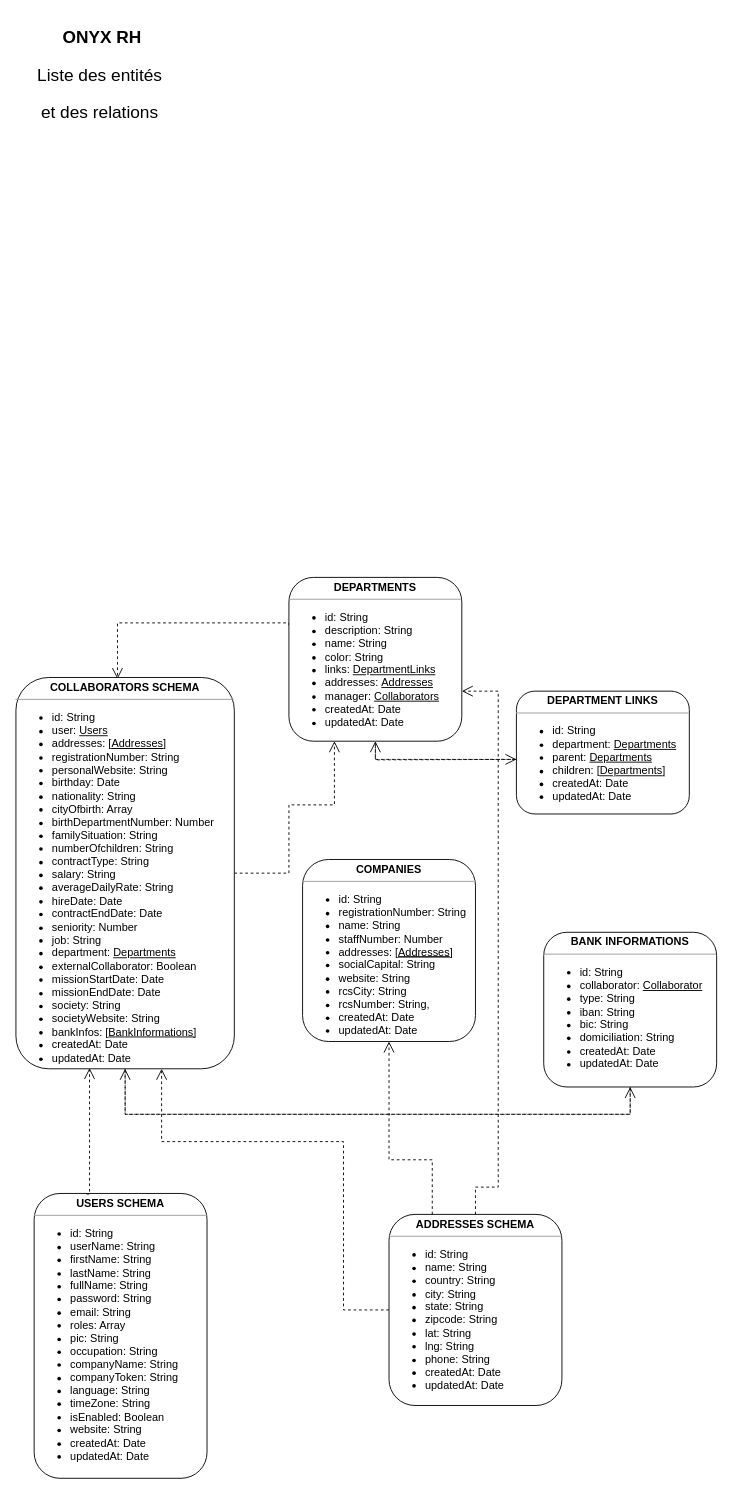
This is doc/onyx-relations.drawio from whiteknight777/onyx-rh, a draw.io file, before an edit. Source tidied: cells renumbered, new cells numbered last; positions are measured from the earlier drawing's top-left corner, leaving out a move shared by most shapes. Both pictures are drawn from the tidied source at 91%, with x=0, y=0 at pixel (15, 25).
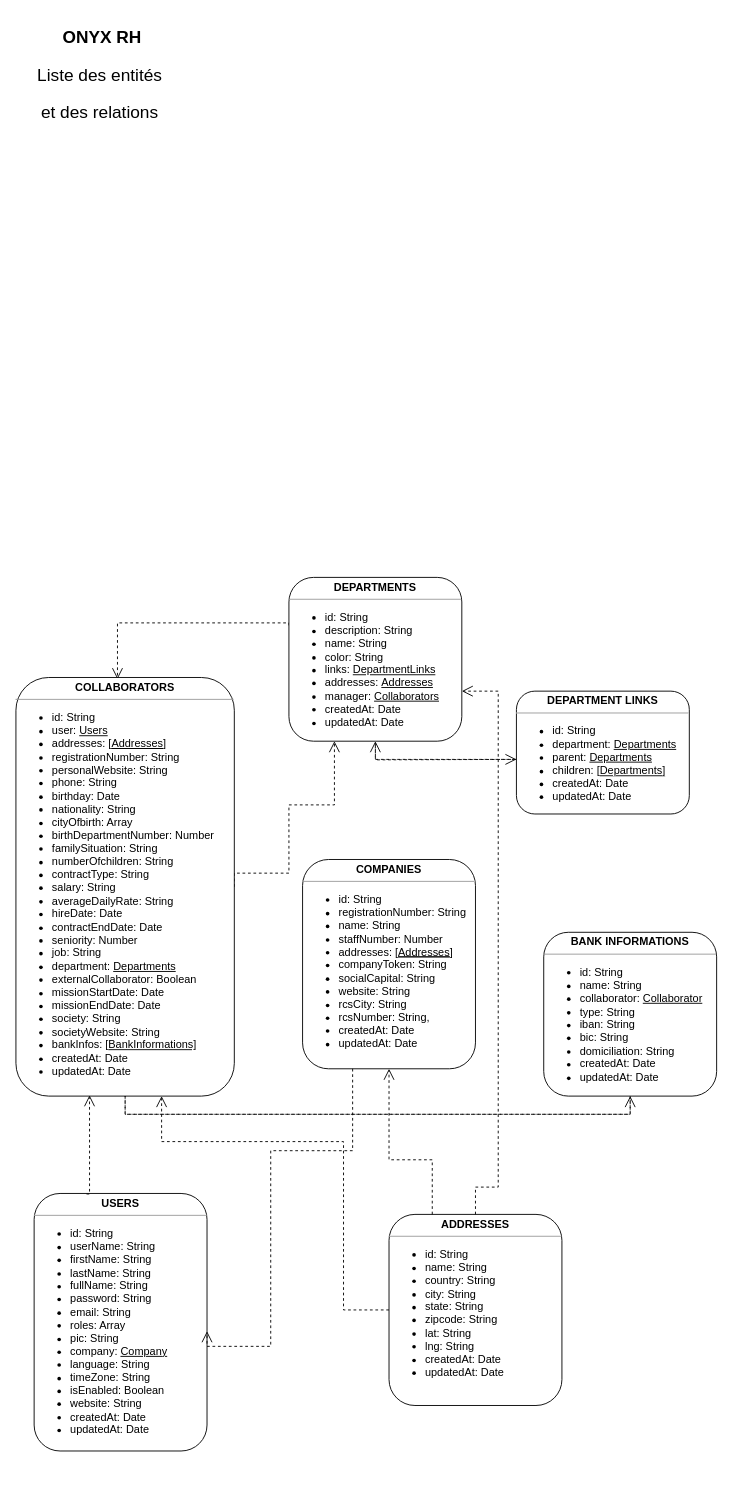
Above is the later version.

Change to the diagram source:
```diff
@@
-    <mxCell id="4" value="&lt;p style=&quot;margin: 0px ; margin-top: 4px ; text-align: center&quot;&gt;&lt;b&gt;ADDRESSES SCHEMA&lt;/b&gt;&lt;/p&gt;&lt;hr size=&quot;1&quot;&gt;&lt;p&gt;&lt;/p&gt;&lt;ul&gt;&lt;li&gt;id: String&lt;/li&gt;&lt;li&gt;name: String&lt;/li&gt;&lt;li&gt;country: String&lt;/li&gt;&lt;li&gt;city: String&lt;/li&gt;&lt;li&gt;state: String&lt;/li&gt;&lt;li&gt;zipcode: String&lt;/li&gt;&lt;li&gt;lat: String&lt;/li&gt;&lt;li&gt;lng: String&lt;/li&gt;&lt;li&gt;phone: String&lt;/li&gt;&lt;li&gt;createdAt: Date&lt;/li&gt;&lt;li&gt;updatedAt: Date&lt;/li&gt;&lt;/ul&gt;&lt;div&gt;&lt;/div&gt;" style="verticalAlign=top;align=left;overflow=fill;fontSize=12;fontFamily=Helvetica;html=1;rounded=1;shadow=0;comic=0;labelBackgroundColor=none;strokeColor=#000000;strokeWidth=1;fillColor=#ffffff;" parent="1" vertex="1">
+    <mxCell id="4" value="&lt;p style=&quot;margin: 0px ; margin-top: 4px ; text-align: center&quot;&gt;&lt;b&gt;ADDRESSES&lt;/b&gt;&lt;/p&gt;&lt;hr size=&quot;1&quot;&gt;&lt;p&gt;&lt;/p&gt;&lt;ul&gt;&lt;li&gt;id: String&lt;/li&gt;&lt;li&gt;name: String&lt;/li&gt;&lt;li&gt;country: String&lt;/li&gt;&lt;li&gt;city: String&lt;/li&gt;&lt;li&gt;state: String&lt;/li&gt;&lt;li&gt;zipcode: String&lt;/li&gt;&lt;li&gt;lat: String&lt;/li&gt;&lt;li&gt;lng: String&lt;/li&gt;&lt;li&gt;createdAt: Date&lt;/li&gt;&lt;li&gt;updatedAt: Date&lt;/li&gt;&lt;/ul&gt;&lt;div&gt;&lt;/div&gt;" style="verticalAlign=top;align=left;overflow=fill;fontSize=12;fontFamily=Helvetica;html=1;rounded=1;shadow=0;comic=0;labelBackgroundColor=none;strokeColor=#000000;strokeWidth=1;fillColor=#ffffff;" parent="1" vertex="1">
       <mxGeometry x="410" y="1307" width="190" height="210" as="geometry" />
     </mxCell>
@@
-    <mxCell id="7" value="&lt;p style=&quot;margin: 0px ; margin-top: 4px ; text-align: center&quot;&gt;&lt;b&gt;USERS SCHEMA&lt;/b&gt;&lt;/p&gt;&lt;hr size=&quot;1&quot;&gt;&lt;p style=&quot;margin: 0px ; margin-left: 4px&quot;&gt;&lt;/p&gt;&lt;ul&gt;&lt;li&gt;id: String&lt;/li&gt;&lt;li&gt;userName: String&lt;/li&gt;&lt;li&gt;firstName: String&lt;/li&gt;&lt;li&gt;lastName: String&lt;/li&gt;&lt;li&gt;&lt;span&gt;fullName: String&lt;/span&gt;&lt;/li&gt;&lt;li&gt;&lt;span&gt;password: String&lt;/span&gt;&lt;/li&gt;&lt;li&gt;&lt;span&gt;email: String&lt;/span&gt;&lt;/li&gt;&lt;li&gt;&lt;span&gt;roles: Array&lt;/span&gt;&lt;/li&gt;&lt;li&gt;&lt;span&gt;pic: String&lt;/span&gt;&lt;/li&gt;&lt;li&gt;occupation: String&lt;/li&gt;&lt;li&gt;companyName: String&lt;/li&gt;&lt;li&gt;companyToken: String&lt;/li&gt;&lt;li&gt;language: String&lt;/li&gt;&lt;li&gt;timeZone: String&lt;/li&gt;&lt;li&gt;isEnabled: Boolean&lt;/li&gt;&lt;li&gt;website: String&lt;/li&gt;&lt;li&gt;createdAt: Date&lt;/li&gt;&lt;li&gt;updatedAt: Date&lt;/li&gt;&lt;/ul&gt;&lt;p&gt;&lt;/p&gt;" style="verticalAlign=top;align=left;overflow=fill;fontSize=12;fontFamily=Helvetica;html=1;rounded=1;shadow=0;comic=0;labelBackgroundColor=none;strokeColor=#000000;strokeWidth=1;fillColor=#ffffff;" parent="1" vertex="1">
-      <mxGeometry x="20" y="1284" width="190" height="313" as="geometry" />
+    <mxCell id="7" value="&lt;p style=&quot;margin: 0px ; margin-top: 4px ; text-align: center&quot;&gt;&lt;b&gt;USERS&lt;/b&gt;&lt;/p&gt;&lt;hr size=&quot;1&quot;&gt;&lt;p style=&quot;margin: 0px ; margin-left: 4px&quot;&gt;&lt;/p&gt;&lt;ul&gt;&lt;li&gt;id: String&lt;/li&gt;&lt;li&gt;userName: String&lt;/li&gt;&lt;li&gt;firstName: String&lt;/li&gt;&lt;li&gt;lastName: String&lt;/li&gt;&lt;li&gt;&lt;span&gt;fullName: String&lt;/span&gt;&lt;/li&gt;&lt;li&gt;&lt;span&gt;password: String&lt;/span&gt;&lt;/li&gt;&lt;li&gt;&lt;span&gt;email: String&lt;/span&gt;&lt;/li&gt;&lt;li&gt;&lt;span&gt;roles: Array&lt;/span&gt;&lt;/li&gt;&lt;li&gt;&lt;span&gt;pic: String&lt;/span&gt;&lt;/li&gt;&lt;li&gt;company: &lt;u&gt;Company&lt;/u&gt;&lt;/li&gt;&lt;li&gt;language: String&lt;/li&gt;&lt;li&gt;timeZone: String&lt;/li&gt;&lt;li&gt;isEnabled: Boolean&lt;/li&gt;&lt;li&gt;website: String&lt;/li&gt;&lt;li&gt;createdAt: Date&lt;/li&gt;&lt;li&gt;updatedAt: Date&lt;/li&gt;&lt;/ul&gt;&lt;p&gt;&lt;/p&gt;" style="verticalAlign=top;align=left;overflow=fill;fontSize=12;fontFamily=Helvetica;html=1;rounded=1;shadow=0;comic=0;labelBackgroundColor=none;strokeColor=#000000;strokeWidth=1;fillColor=#ffffff;" parent="1" vertex="1">
+      <mxGeometry x="20" y="1284" width="190" height="283" as="geometry" />
     </mxCell>
@@
-    <mxCell id="14" value="&lt;p style=&quot;margin: 0px ; margin-top: 4px ; text-align: center&quot;&gt;&lt;b&gt;COMPANIES&lt;/b&gt;&lt;/p&gt;&lt;hr size=&quot;1&quot;&gt;&lt;p&gt;&lt;/p&gt;&lt;ul&gt;&lt;li&gt;id: String&lt;/li&gt;&lt;li&gt;&lt;span&gt;registrationNumber&lt;/span&gt;: String&lt;/li&gt;&lt;li&gt;name: String&lt;/li&gt;&lt;li&gt;staffNumber: Number&lt;/li&gt;&lt;li&gt;addresses: &lt;u&gt;[&lt;u&gt;Addresses&lt;/u&gt;]&lt;/u&gt;&lt;/li&gt;&lt;li&gt;socialCapital: String&lt;/li&gt;&lt;li&gt;website: String&lt;/li&gt;&lt;li&gt;rcsCity: String&lt;/li&gt;&lt;li&gt;rcsNumber: String,&lt;/li&gt;&lt;li&gt;createdAt: Date&lt;/li&gt;&lt;li&gt;updatedAt: Date&lt;/li&gt;&lt;/ul&gt;&lt;div&gt;&lt;/div&gt;" style="verticalAlign=top;align=left;overflow=fill;fontSize=12;fontFamily=Helvetica;html=1;rounded=1;shadow=0;comic=0;labelBackgroundColor=none;strokeColor=#000000;strokeWidth=1;fillColor=#ffffff;" parent="1" vertex="1">
-      <mxGeometry x="315" y="917" width="190" height="200" as="geometry" />
+    <mxCell id="14" value="&lt;p style=&quot;margin: 0px ; margin-top: 4px ; text-align: center&quot;&gt;&lt;b&gt;COMPANIES&lt;/b&gt;&lt;/p&gt;&lt;hr size=&quot;1&quot;&gt;&lt;p&gt;&lt;/p&gt;&lt;ul&gt;&lt;li&gt;id: String&lt;/li&gt;&lt;li&gt;&lt;span&gt;registrationNumber&lt;/span&gt;: String&lt;/li&gt;&lt;li&gt;name: String&lt;/li&gt;&lt;li&gt;staffNumber: Number&lt;/li&gt;&lt;li&gt;addresses: &lt;u&gt;[&lt;u&gt;Addresses&lt;/u&gt;]&lt;/u&gt;&lt;/li&gt;&lt;li&gt;companyToken: String&lt;/li&gt;&lt;li&gt;socialCapital: String&lt;/li&gt;&lt;li&gt;website: String&lt;/li&gt;&lt;li&gt;rcsCity: String&lt;/li&gt;&lt;li&gt;rcsNumber: String,&lt;/li&gt;&lt;li&gt;createdAt: Date&lt;/li&gt;&lt;li&gt;updatedAt: Date&lt;/li&gt;&lt;/ul&gt;&lt;div&gt;&lt;/div&gt;" style="verticalAlign=top;align=left;overflow=fill;fontSize=12;fontFamily=Helvetica;html=1;rounded=1;shadow=0;comic=0;labelBackgroundColor=none;strokeColor=#000000;strokeWidth=1;fillColor=#ffffff;" parent="1" vertex="1">
+      <mxGeometry x="315" y="917" width="190" height="230" as="geometry" />
     </mxCell>
-    <mxCell id="15" value="&lt;p style=&quot;margin: 0px ; margin-top: 4px ; text-align: center&quot;&gt;&lt;b&gt;BANK INFORMATIONS&lt;/b&gt;&lt;/p&gt;&lt;hr size=&quot;1&quot;&gt;&lt;p&gt;&lt;/p&gt;&lt;ul&gt;&lt;li&gt;id: String&lt;/li&gt;&lt;li&gt;collaborator: &lt;u&gt;Collaborator&lt;/u&gt;&lt;/li&gt;&lt;li&gt;type: String&lt;/li&gt;&lt;li&gt;iban: String&lt;/li&gt;&lt;li&gt;bic: String&lt;/li&gt;&lt;li&gt;domiciliation: String&lt;/li&gt;&lt;li&gt;createdAt: Date&lt;/li&gt;&lt;li&gt;updatedAt: Date&lt;/li&gt;&lt;/ul&gt;&lt;div&gt;&lt;/div&gt;" style="verticalAlign=top;align=left;overflow=fill;fontSize=12;fontFamily=Helvetica;html=1;rounded=1;shadow=0;comic=0;labelBackgroundColor=none;strokeColor=#000000;strokeWidth=1;fillColor=#ffffff;" parent="1" vertex="1">
-      <mxGeometry x="580" y="997" width="190" height="170" as="geometry" />
+    <mxCell id="15" value="&lt;p style=&quot;margin: 0px ; margin-top: 4px ; text-align: center&quot;&gt;&lt;b&gt;BANK INFORMATIONS&lt;/b&gt;&lt;/p&gt;&lt;hr size=&quot;1&quot;&gt;&lt;p&gt;&lt;/p&gt;&lt;ul&gt;&lt;li&gt;id: String&lt;/li&gt;&lt;li&gt;name: String&lt;/li&gt;&lt;li&gt;collaborator: &lt;u&gt;Collaborator&lt;/u&gt;&lt;/li&gt;&lt;li&gt;type: String&lt;/li&gt;&lt;li&gt;iban: String&lt;/li&gt;&lt;li&gt;bic: String&lt;/li&gt;&lt;li&gt;domiciliation: String&lt;/li&gt;&lt;li&gt;createdAt: Date&lt;/li&gt;&lt;li&gt;updatedAt: Date&lt;/li&gt;&lt;/ul&gt;&lt;div&gt;&lt;/div&gt;" style="verticalAlign=top;align=left;overflow=fill;fontSize=12;fontFamily=Helvetica;html=1;rounded=1;shadow=0;comic=0;labelBackgroundColor=none;strokeColor=#000000;strokeWidth=1;fillColor=#ffffff;" parent="1" vertex="1">
+      <mxGeometry x="580" y="997" width="190" height="180" as="geometry" />
     </mxCell>
@@
-    <mxCell id="18" value="&lt;p style=&quot;margin: 0px ; margin-top: 4px ; text-align: center&quot;&gt;&lt;b&gt;COLLABORATORS SCHEMA&lt;/b&gt;&lt;/p&gt;&lt;hr size=&quot;1&quot;&gt;&lt;p style=&quot;margin: 0px ; margin-left: 4px&quot;&gt;&lt;/p&gt;&lt;ul&gt;&lt;li&gt;id: String&lt;/li&gt;&lt;li&gt;user:&amp;nbsp;&lt;u&gt;Users&lt;/u&gt;&lt;/li&gt;&lt;li&gt;addresses: &lt;u&gt;[&lt;u&gt;Addresses&lt;/u&gt;]&lt;/u&gt;&lt;/li&gt;&lt;li&gt;&lt;span&gt;registrationNumber&lt;/span&gt;: String&lt;/li&gt;&lt;li&gt;&lt;span&gt;personalWebsite: String&lt;/span&gt;&lt;/li&gt;&lt;li&gt;&lt;span&gt;birthday: Date&lt;/span&gt;&lt;/li&gt;&lt;li&gt;&lt;span&gt;nationality: String&lt;/span&gt;&lt;/li&gt;&lt;li&gt;&lt;span&gt;cityOfbirth: Array&lt;/span&gt;&lt;/li&gt;&lt;li&gt;&lt;span&gt;birthDepartmentNumber: Number&lt;/span&gt;&lt;/li&gt;&lt;li&gt;&lt;span&gt;familySituation&lt;/span&gt;: String&lt;/li&gt;&lt;li&gt;&lt;span&gt;numberOfchildren&lt;/span&gt;: String&lt;/li&gt;&lt;li&gt;&lt;span&gt;contractType&lt;/span&gt;: String&lt;/li&gt;&lt;li&gt;&lt;span&gt;salary&lt;/span&gt;: String&lt;/li&gt;&lt;li&gt;&lt;span&gt;averageDailyRate&lt;/span&gt;: String&lt;/li&gt;&lt;li&gt;&lt;span&gt;hireDate&lt;/span&gt;: Date&lt;/li&gt;&lt;li&gt;contractEndDate: Date&lt;/li&gt;&lt;li&gt;&lt;div&gt;&lt;span&gt;seniority: Number&lt;/span&gt;&lt;/div&gt;&lt;/li&gt;&lt;li&gt;&lt;div&gt;&lt;span&gt;job: String&lt;/span&gt;&lt;/div&gt;&lt;/li&gt;&lt;li&gt;&lt;div&gt;&lt;span&gt;&lt;div&gt;&lt;span&gt;department:&amp;nbsp;&lt;/span&gt;&lt;u&gt;Departments&lt;/u&gt;&lt;/div&gt;&lt;/span&gt;&lt;/div&gt;&lt;/li&gt;&lt;li&gt;&lt;div&gt;&lt;span&gt;&lt;div&gt;&lt;span&gt;externalCollaborator: Boolean&lt;/span&gt;&lt;/div&gt;&lt;/span&gt;&lt;/div&gt;&lt;/li&gt;&lt;li&gt;&lt;div&gt;&lt;span&gt;&lt;div&gt;&lt;span&gt;missionStartDate: Date&lt;/span&gt;&lt;/div&gt;&lt;/span&gt;&lt;/div&gt;&lt;/li&gt;&lt;li&gt;&lt;div&gt;&lt;span&gt;&lt;div&gt;&lt;span&gt;missionEndDate: Date&lt;/span&gt;&lt;/div&gt;&lt;/span&gt;&lt;/div&gt;&lt;/li&gt;&lt;li&gt;&lt;div&gt;&lt;span&gt;&lt;div&gt;&lt;span&gt;society: String&lt;/span&gt;&lt;/div&gt;&lt;/span&gt;&lt;/div&gt;&lt;/li&gt;&lt;li&gt;&lt;div&gt;&lt;span&gt;&lt;div&gt;&lt;span&gt;societyWebsite: String&lt;/span&gt;&lt;/div&gt;&lt;/span&gt;&lt;/div&gt;&lt;/li&gt;&lt;li&gt;&lt;div&gt;&lt;span&gt;bankInfos: [&lt;/span&gt;&lt;u&gt;BankInformations]&lt;/u&gt;&lt;/div&gt;&lt;/li&gt;&lt;li&gt;createdAt: Date&lt;/li&gt;&lt;li&gt;updatedAt: Date&lt;/li&gt;&lt;/ul&gt;&lt;p&gt;&lt;/p&gt;" style="verticalAlign=top;align=left;overflow=fill;fontSize=12;fontFamily=Helvetica;html=1;rounded=1;shadow=0;comic=0;labelBackgroundColor=none;strokeColor=#000000;strokeWidth=1;fillColor=#ffffff;" parent="1" vertex="1">
-      <mxGeometry y="717" width="240" height="430" as="geometry" />
+    <mxCell id="18" value="&lt;p style=&quot;margin: 0px ; margin-top: 4px ; text-align: center&quot;&gt;&lt;b&gt;COLLABORATORS&lt;/b&gt;&lt;/p&gt;&lt;hr size=&quot;1&quot;&gt;&lt;p style=&quot;margin: 0px ; margin-left: 4px&quot;&gt;&lt;/p&gt;&lt;ul&gt;&lt;li&gt;id: String&lt;/li&gt;&lt;li&gt;user:&amp;nbsp;&lt;u&gt;Users&lt;/u&gt;&lt;/li&gt;&lt;li&gt;addresses: &lt;u&gt;[&lt;u&gt;Addresses&lt;/u&gt;]&lt;/u&gt;&lt;/li&gt;&lt;li&gt;&lt;span&gt;registrationNumber&lt;/span&gt;: String&lt;/li&gt;&lt;li&gt;&lt;span&gt;personalWebsite: String&lt;/span&gt;&lt;/li&gt;&lt;li&gt;phone: String&lt;/li&gt;&lt;li&gt;&lt;span&gt;birthday: Date&lt;/span&gt;&lt;/li&gt;&lt;li&gt;&lt;span&gt;nationality: String&lt;/span&gt;&lt;/li&gt;&lt;li&gt;&lt;span&gt;cityOfbirth: Array&lt;/span&gt;&lt;/li&gt;&lt;li&gt;&lt;span&gt;birthDepartmentNumber: Number&lt;/span&gt;&lt;/li&gt;&lt;li&gt;&lt;span&gt;familySituation&lt;/span&gt;: String&lt;/li&gt;&lt;li&gt;&lt;span&gt;numberOfchildren&lt;/span&gt;: String&lt;/li&gt;&lt;li&gt;&lt;span&gt;contractType&lt;/span&gt;: String&lt;/li&gt;&lt;li&gt;&lt;span&gt;salary&lt;/span&gt;: String&lt;/li&gt;&lt;li&gt;&lt;span&gt;averageDailyRate&lt;/span&gt;: String&lt;/li&gt;&lt;li&gt;&lt;span&gt;hireDate&lt;/span&gt;: Date&lt;/li&gt;&lt;li&gt;contractEndDate: Date&lt;/li&gt;&lt;li&gt;&lt;div&gt;&lt;span&gt;seniority: Number&lt;/span&gt;&lt;/div&gt;&lt;/li&gt;&lt;li&gt;&lt;div&gt;&lt;span&gt;job: String&lt;/span&gt;&lt;/div&gt;&lt;/li&gt;&lt;li&gt;&lt;div&gt;&lt;span&gt;&lt;div&gt;&lt;span&gt;department:&amp;nbsp;&lt;/span&gt;&lt;u&gt;Departments&lt;/u&gt;&lt;/div&gt;&lt;/span&gt;&lt;/div&gt;&lt;/li&gt;&lt;li&gt;&lt;div&gt;&lt;span&gt;&lt;div&gt;&lt;span&gt;externalCollaborator: Boolean&lt;/span&gt;&lt;/div&gt;&lt;/span&gt;&lt;/div&gt;&lt;/li&gt;&lt;li&gt;&lt;div&gt;&lt;span&gt;&lt;div&gt;&lt;span&gt;missionStartDate: Date&lt;/span&gt;&lt;/div&gt;&lt;/span&gt;&lt;/div&gt;&lt;/li&gt;&lt;li&gt;&lt;div&gt;&lt;span&gt;&lt;div&gt;&lt;span&gt;missionEndDate: Date&lt;/span&gt;&lt;/div&gt;&lt;/span&gt;&lt;/div&gt;&lt;/li&gt;&lt;li&gt;&lt;div&gt;&lt;span&gt;&lt;div&gt;&lt;span&gt;society: String&lt;/span&gt;&lt;/div&gt;&lt;/span&gt;&lt;/div&gt;&lt;/li&gt;&lt;li&gt;&lt;div&gt;&lt;span&gt;&lt;div&gt;&lt;span&gt;societyWebsite: String&lt;/span&gt;&lt;/div&gt;&lt;/span&gt;&lt;/div&gt;&lt;/li&gt;&lt;li&gt;&lt;div&gt;&lt;span&gt;bankInfos: [&lt;/span&gt;&lt;u&gt;BankInformations]&lt;/u&gt;&lt;/div&gt;&lt;/li&gt;&lt;li&gt;createdAt: Date&lt;/li&gt;&lt;li&gt;updatedAt: Date&lt;/li&gt;&lt;/ul&gt;&lt;p&gt;&lt;/p&gt;" style="verticalAlign=top;align=left;overflow=fill;fontSize=12;fontFamily=Helvetica;html=1;rounded=1;shadow=0;comic=0;labelBackgroundColor=none;strokeColor=#000000;strokeWidth=1;fillColor=#ffffff;" parent="1" vertex="1">
+      <mxGeometry y="717" width="240" height="460" as="geometry" />
     </mxCell>
@@
+    <mxCell id="20" style="edgeStyle=orthogonalEdgeStyle;rounded=0;html=1;dashed=1;labelBackgroundColor=none;startFill=0;endArrow=open;endFill=0;endSize=10;fontFamily=Verdana;fontSize=10;entryX=1;entryY=0.535;entryDx=0;entryDy=0;entryPerimeter=0;" parent="1" edge="1" source="14" target="7">
+      <mxGeometry relative="1" as="geometry">
+        <Array as="points">
+          <mxPoint x="370" y="1237" />
+          <mxPoint x="280" y="1237" />
+          <mxPoint x="280" y="1452" />
+        </Array>
+      </mxGeometry>
+    </mxCell>
```
